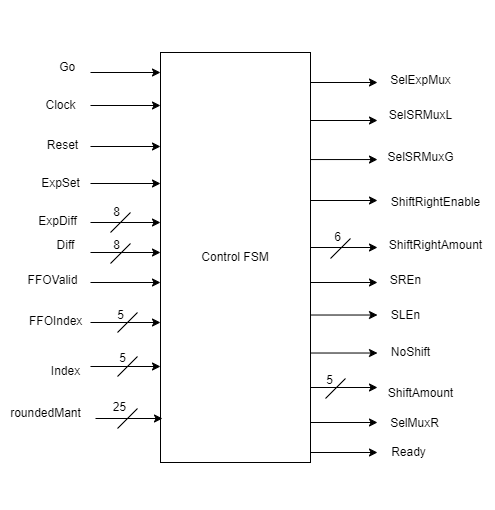
The draw.io diagram doc/fsmblackbox.png in stweeks-pdx/ECE571FixedPointAdder, before a commit. Source tidied: cells renumbered, new cells last; positions are measured from the earlier drawing's top-left corner, leaving out a move shared by most shapes.
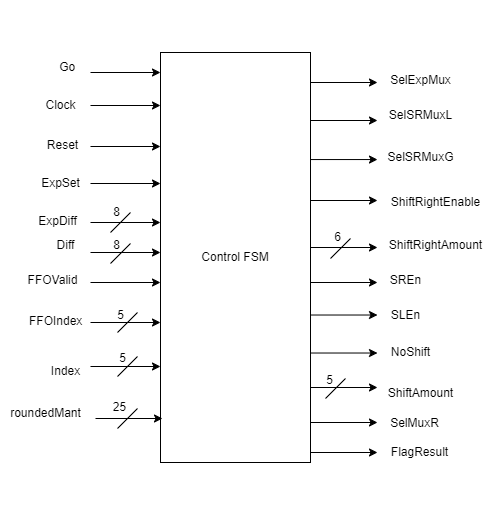
After the change.

The edit, as a diff of the source:
```diff
@@ -248,8 +248,8 @@
     <mxCell id="56" value="SelMuxR" style="text;html=1;align=center;verticalAlign=middle;strokeColor=none;fillColor=none;" parent="1" vertex="1">
       <mxGeometry x="379" y="408" width="70" height="30" as="geometry" />
     </mxCell>
-    <mxCell id="57" value="Ready" style="text;html=1;align=center;verticalAlign=middle;strokeColor=none;fillColor=none;" parent="1" vertex="1">
-      <mxGeometry x="378" y="437" width="60" height="30" as="geometry" />
+    <mxCell id="57" value="FlagResult" style="text;html=1;align=center;verticalAlign=middle;strokeColor=none;fillColor=none;" parent="1" vertex="1">
+      <mxGeometry x="379" y="437" width="80" height="30" as="geometry" />
     </mxCell>
     <mxCell id="58" style="endArrow=classic;html=1;rounded=0;" parent="1" edge="1">
       <mxGeometry relative="1" as="geometry">
```
